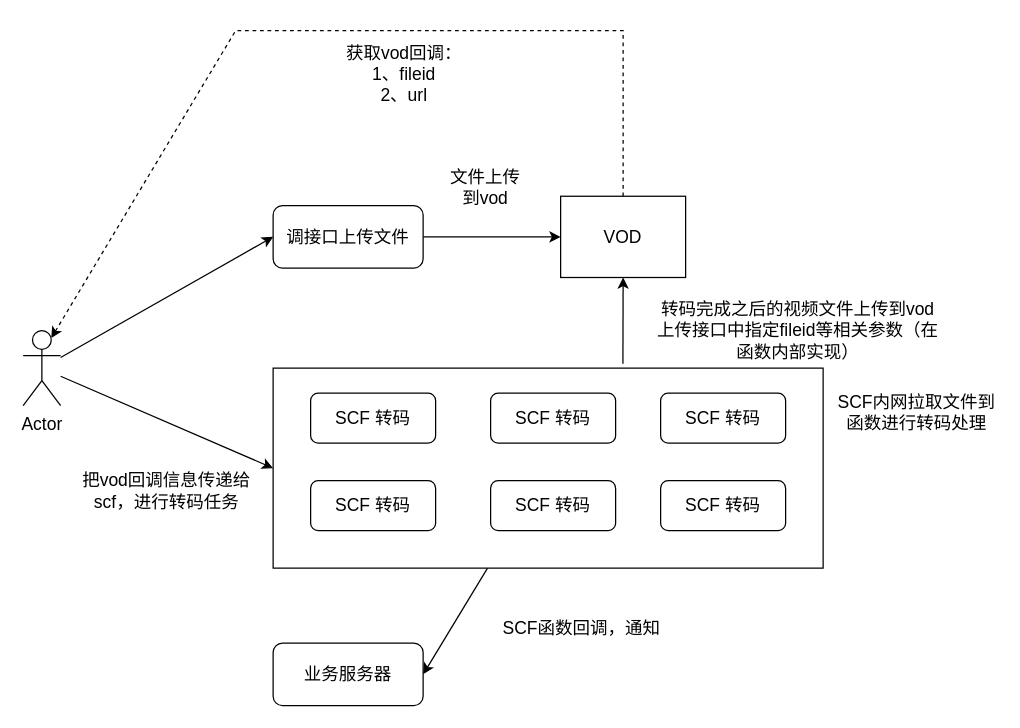
Earlier version of the draw.io diagram xiaoetong.drawio (coderwangke/diagrams-etc). Source tidied: cells renumbered, new cells numbered last; positions are measured from the earlier drawing's top-left corner, leaving out a move shared by most shapes. Both pictures are drawn from the tidied source at 125%, with x=0, y=0 at pixel (22, 30).
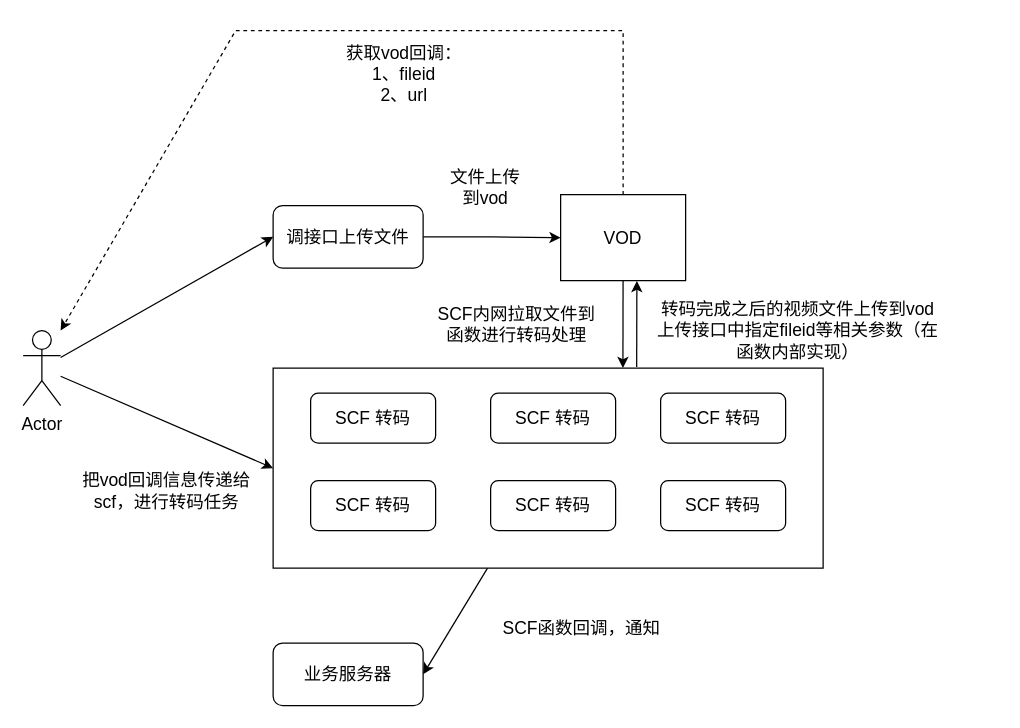
The same diagram, later.

The change refers to these unchanged cells:
```xml
<mxCell id="9" style="rounded=0;whiteSpace=wrap;html=1;fontSize=14;" parent="1" vertex="1">
  <mxGeometry x="200" y="270" width="440" height="160" as="geometry" />
</mxCell>
<mxCell id="18" value="Actor" style="shape=umlActor;verticalLabelPosition=bottom;verticalAlign=top;html=1;outlineConnect=0;fontSize=14;" parent="1" vertex="1">
  <mxGeometry y="240" width="30" height="60" as="geometry" />
</mxCell>
```

The edit, as a diff of the source:
```diff
@@
-    <mxCell id="4" style="edgeStyle=none;rounded=0;jettySize=auto;html=1;entryX=0.75;entryY=0.1;entryDx=0;entryDy=0;entryPerimeter=0;fontSize=14;dashed=1;" parent="1" edge="1" source="5" target="18">
+    <mxCell id="4" style="edgeStyle=none;rounded=0;jettySize=auto;html=1;fontSize=14;dashed=1;" parent="1" edge="1" source="5">
       <mxGeometry relative="1" as="geometry">
+        <mxPoint x="30" y="240" as="targetPoint" />
         <Array as="points">
           <mxPoint x="480" />
           <mxPoint x="170" />
         </Array>
       </mxGeometry>
     </mxCell>
+    <mxCell id="25" style="edgeStyle=none;rounded=0;jettySize=auto;html=1;entryX=0.636;entryY=0;entryDx=0;entryDy=0;entryPerimeter=0;" parent="1" edge="1" source="5" target="9">
+      <mxGeometry relative="1" as="geometry" />
+    </mxCell>
     <mxCell id="5" value="VOD" style="rounded=0;whiteSpace=wrap;html=1;fontSize=14;" parent="1" vertex="1">
-      <mxGeometry x="430" y="132.5" width="100" height="65" as="geometry" />
+      <mxGeometry x="430" y="131.2" width="100" height="68.8" as="geometry" />
     </mxCell>
@@
-    <mxCell id="7" style="rounded=0;jettySize=auto;html=1;entryX=0.5;entryY=1;entryDx=0;entryDy=0;fontSize=14;exitX=0.636;exitY=-0.022;exitDx=0;exitDy=0;exitPerimeter=0;" parent="1" edge="1" source="9" target="5">
+    <mxCell id="7" style="rounded=0;jettySize=auto;html=1;entryX=0.61;entryY=1.004;entryDx=0;entryDy=0;fontSize=14;entryPerimeter=0;exitX=0.661;exitY=-0.006;exitDx=0;exitDy=0;exitPerimeter=0;" parent="1" edge="1" source="9" target="5">
       <mxGeometry relative="1" as="geometry" />
     </mxCell>
@@
     <mxCell id="21" value="SCF内网拉取文件到函数进行转码处理" style="text;html=1;strokeColor=none;fillColor=none;align=center;verticalAlign=middle;whiteSpace=wrap;rounded=0;fontSize=14;" parent="1" vertex="1">
-      <mxGeometry x="650" y="280" width="130" height="50" as="geometry" />
+      <mxGeometry x="330" y="210" width="130" height="50" as="geometry" />
     </mxCell>
```
